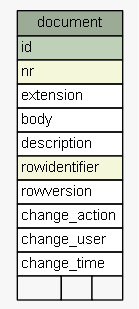
Earlier version of the Graphviz export doc/document/diagrams/summary/document.1degree.png (SOLA-FAO/database_sola). Its source is kept beside it as doc/document/diagrams/summary/document.1degree.dot.
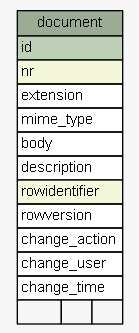
After the commit.

Diff of the diagram source:
```diff
@@ -22,6 +22,7 @@
       <TR><TD PORT="id" COLSPAN="3" BGCOLOR="#bed1b8" ALIGN="LEFT">id</TD></TR>
       <TR><TD PORT="nr" COLSPAN="3" BGCOLOR="#f4f7da" ALIGN="LEFT">nr</TD></TR>
       <TR><TD PORT="extension" COLSPAN="3" ALIGN="LEFT">extension</TD></TR>
+      <TR><TD PORT="mime_type" COLSPAN="3" ALIGN="LEFT">mime_type</TD></TR>
       <TR><TD PORT="body" COLSPAN="3" ALIGN="LEFT">body</TD></TR>
       <TR><TD PORT="description" COLSPAN="3" ALIGN="LEFT">description</TD></TR>
       <TR><TD PORT="rowidentifier" COLSPAN="3" BGCOLOR="#f4f7da" ALIGN="LEFT">rowidentifier</TD></TR>
```
